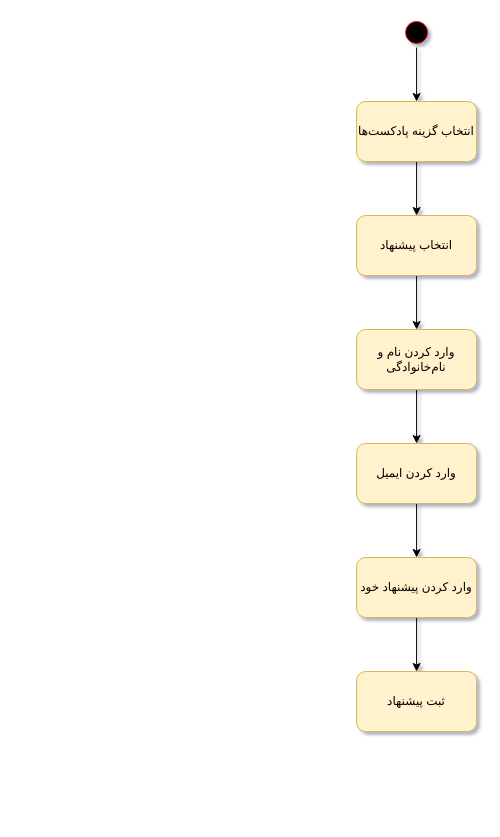
Before: page "پیشنهاد برای پادکست" (2 of 19) of ActivityDiagram.drawio in Matinrezaei/Software-Lab, a draw.io diagram. Source tidied: cells renumbered, new cells numbered last; positions are measured from the earlier drawing's top-left corner, leaving out a move shared by most shapes. Both pictures are drawn from the tidied source at 100%, with x=0, y=0 at pixel (356, 17).
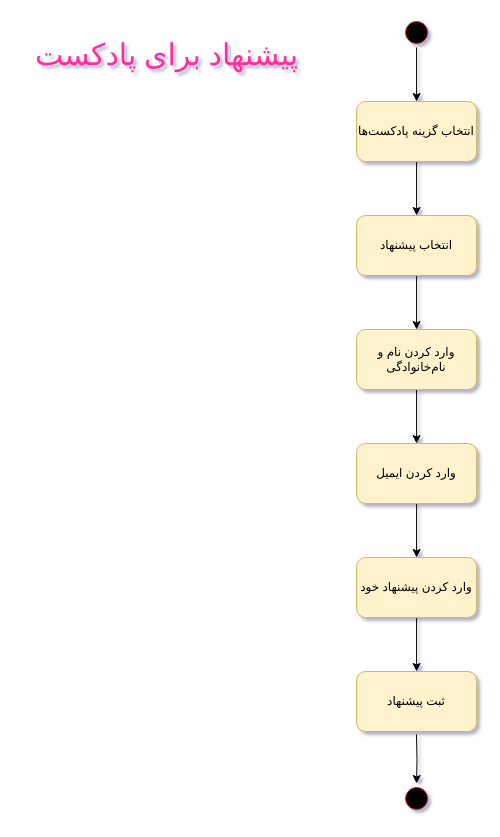
The same diagram, later.

What changed in the source:
```diff
@@
 <mxGraphModel shadow="1">
   <root>
     <mxCell id="0" />
     <mxCell id="1" parent="0" />
     <mxCell id="2" style="edgeStyle=orthogonalEdgeStyle;rounded=0;jettySize=auto;html=1;entryX=0.5;entryY=0;entryDx=0;entryDy=0;" parent="1" edge="1" source="3" target="5">
       <mxGeometry relative="1" as="geometry" />
     </mxCell>
     <mxCell id="3" style="ellipse;html=1;shape=startState;fillColor=#000000;strokeColor=#ff0000;" parent="1" vertex="1">
       <mxGeometry x="45.1" width="30" height="30" as="geometry" />
     </mxCell>
     <mxCell id="4" style="edgeStyle=orthogonalEdgeStyle;rounded=0;jettySize=auto;html=1;entryX=0.5;entryY=0;entryDx=0;entryDy=0;" parent="1" edge="1" source="5" target="7">
       <mxGeometry relative="1" as="geometry" />
     </mxCell>
     <mxCell id="5" value="انتخاب گزینه پادکست‌ها" style="rounded=1;whiteSpace=wrap;html=1;fillColor=#fff2cc;strokeColor=#d6b656;" parent="1" vertex="1">
       <mxGeometry x="0.1" y="84" width="120" height="60" as="geometry" />
     </mxCell>
     <mxCell id="6" style="edgeStyle=orthogonalEdgeStyle;rounded=0;jettySize=auto;html=1;" parent="1" edge="1" source="7" target="9">
       <mxGeometry relative="1" as="geometry" />
     </mxCell>
     <mxCell id="7" value="انتخاب پیشنهاد" style="rounded=1;whiteSpace=wrap;html=1;fillColor=#fff2cc;strokeColor=#d6b656;" parent="1" vertex="1">
       <mxGeometry x="0.1" y="198" width="120" height="60" as="geometry" />
     </mxCell>
     <mxCell id="8" style="edgeStyle=orthogonalEdgeStyle;rounded=0;jettySize=auto;html=1;entryX=0.5;entryY=0;entryDx=0;entryDy=0;" parent="1" edge="1" source="9" target="11">
       <mxGeometry relative="1" as="geometry" />
     </mxCell>
     <mxCell id="9" value="وارد کردن نام و نام‌خانوادگی" style="rounded=1;whiteSpace=wrap;html=1;fillColor=#fff2cc;strokeColor=#d6b656;" parent="1" vertex="1">
       <mxGeometry x="0.1" y="312" width="120" height="60" as="geometry" />
     </mxCell>
     <mxCell id="10" style="edgeStyle=orthogonalEdgeStyle;rounded=0;jettySize=auto;html=1;entryX=0.5;entryY=0;entryDx=0;entryDy=0;" parent="1" edge="1" source="11" target="13">
       <mxGeometry relative="1" as="geometry" />
     </mxCell>
     <mxCell id="11" value="وارد کردن ایمیل" style="rounded=1;whiteSpace=wrap;html=1;fillColor=#fff2cc;strokeColor=#d6b656;" parent="1" vertex="1">
       <mxGeometry x="0.1" y="426" width="120" height="60" as="geometry" />
     </mxCell>
     <mxCell id="12" style="edgeStyle=orthogonalEdgeStyle;rounded=0;jettySize=auto;html=1;entryX=0.5;entryY=0;entryDx=0;entryDy=0;" parent="1" edge="1" source="13" target="14">
       <mxGeometry relative="1" as="geometry" />
     </mxCell>
     <mxCell id="13" value="وارد کردن پیشنهاد خود" style="rounded=1;whiteSpace=wrap;html=1;fillColor=#fff2cc;strokeColor=#d6b656;" parent="1" vertex="1">
       <mxGeometry x="0.1" y="540" width="120" height="60" as="geometry" />
     </mxCell>
     <mxCell id="14" value="ثبت پیشنهاد" style="rounded=1;whiteSpace=wrap;html=1;fillColor=#fff2cc;strokeColor=#d6b656;" parent="1" vertex="1">
       <mxGeometry x="0.1" y="654" width="120" height="60" as="geometry" />
     </mxCell>
+    <mxCell id="15" style="edgeStyle=orthogonalEdgeStyle;rounded=0;jettySize=auto;html=1;" parent="1" edge="1" target="16">
+      <mxGeometry relative="1" as="geometry">
+        <mxPoint x="60" y="717" as="sourcePoint" />
+      </mxGeometry>
+    </mxCell>
+    <mxCell id="16" style="ellipse;html=1;shape=startState;fillColor=#000000;strokeColor=#ff0000;" parent="1" vertex="1">
+      <mxGeometry x="45.1" y="766" width="30" height="30" as="geometry" />
+    </mxCell>
+    <mxCell id="17" value="&lt;font style=&quot;font-size: 30px;&quot; color=&quot;#ff2e9d&quot; face=&quot;Tahoma&quot;&gt;پیشنهاد برای پادکست&lt;/font&gt;" style="text;html=1;align=center;verticalAlign=middle;strokeColor=none;fillColor=none;" parent="1" vertex="1">
+      <mxGeometry x="-339" y="12" width="297" height="48" as="geometry" />
+    </mxCell>
   </root>
 </mxGraphModel>
```
